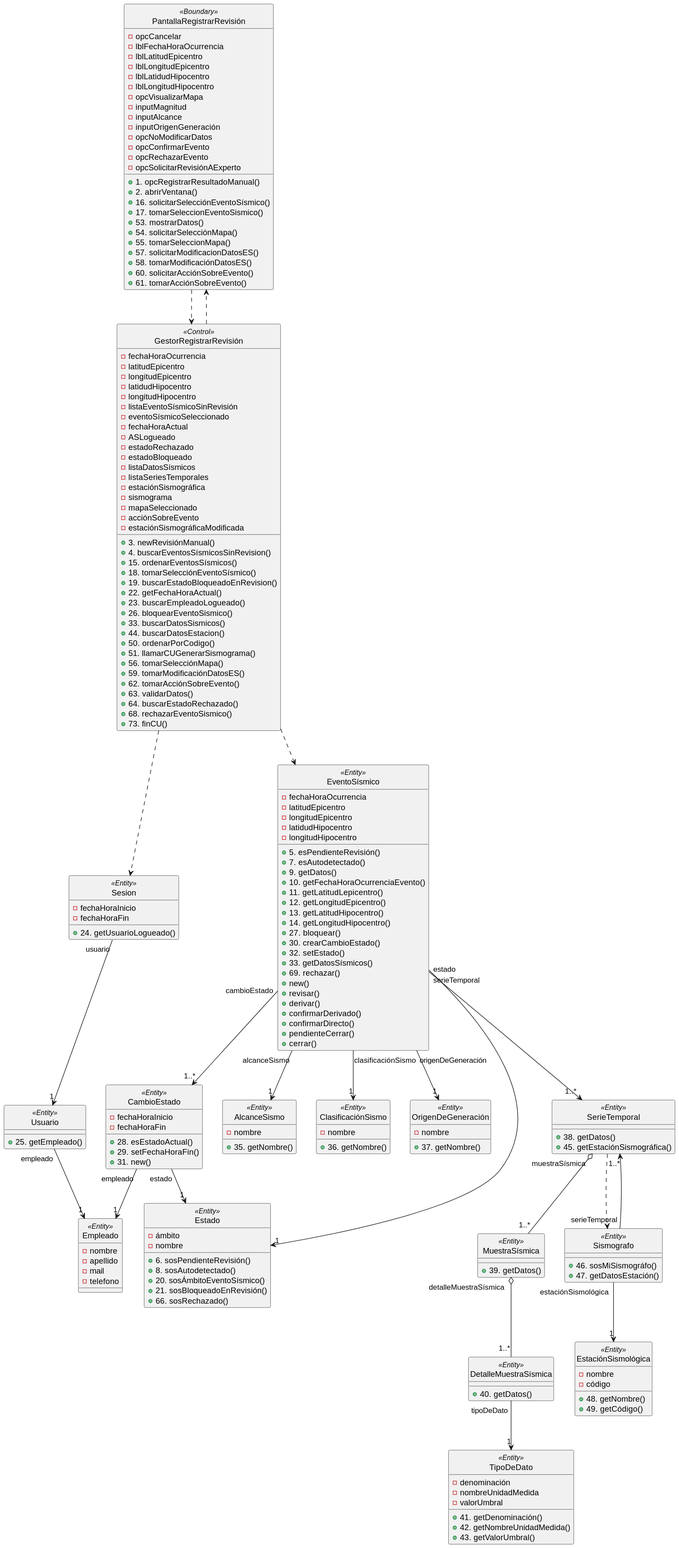
The PlantUML diagram diagramas/Diagramas/Parte_Estática_CU_23.svg in ciggyx/TPI-Grupo7, before a commit. Source of this version:
```plantuml
@startuml
hide <<Entity>> circle
hide <<Boundary>> circle
hide <<Control>> circle
class PantallaRegistrarRevisión<<Boundary>>{
    - opcCancelar
    - lblFechaHoraOcurrencia
    - lblLatitudEpicentro
    - lblLongitudEpicentro
    - lblLatidudHipocentro
    - lblLongitudHipocentro
    - opcVisualizarMapa
    - inputMagnitud
    - inputAlcance
    - inputOrigenGeneración
    - opcNoModificarDatos
    - opcConfirmarEvento
    - opcRechazarEvento
    - opcSolicitarRevisiónAExperto
    + 1. opcRegistrarResultadoManual()
    + 2. abrirVentana()
    + 16. solicitarSelecciónEventoSísmico()
    + 17. tomarSeleccionEventoSismico()
    + 53. mostrarDatos()
    + 54. solicitarSelecciónMapa()
    + 55. tomarSeleccionMapa()
    + 57. solicitarModificacionDatosES()
    + 58. tomarModificaciónDatosES()
    + 60. solicitarAcciónSobreEvento()
    + 61. tomarAcciónSobreEvento()
}

class GestorRegistrarRevisión<<Control>>{
    - fechaHoraOcurrencia
    - latitudEpicentro
    - longitudEpicentro
    - latidudHipocentro
    - longitudHipocentro
    - listaEventoSísmicoSinRevisión
    - eventoSísmicoSeleccionado
    - fechaHoraActual
    - ASLogueado
    - estadoRechazado
    - estadoBloqueado
    - listaDatosSísmicos
    - listaSeriesTemporales
    - estaciónSismográfica
    - sismograma
    - mapaSeleccionado
    - acciónSobreEvento
    - estaciónSismográficaModificada
    + 3. newRevisiónManual()
    + 4. buscarEventosSísmicosSinRevision()
    + 15. ordenarEventosSísmicos()
    + 18. tomarSelecciónEventoSísmico()
    + 19. buscarEstadoBloqueadoEnRevision()
    + 22. getFechaHoraActual()
    + 23. buscarEmpleadoLogueado()
    + 26. bloquearEventoSismico()
    + 33. buscarDatosSismicos()
    + 44. buscarDatosEstacion()
    + 50. ordenarPorCodigo()
    + 51. llamarCUGenerarSismograma()
    + 56. tomarSelecciónMapa()
    + 59. tomarModificaciónDatosES()
    + 62. tomarAcciónSobreEvento()
    + 63. validarDatos()
    + 64. buscarEstadoRechazado()
    + 68. rechazarEventoSismico()
    + 73. finCU()
}

class EventoSísmico<<Entity>>{
    - fechaHoraOcurrencia
    - latitudEpicentro
    - longitudEpicentro
    - latidudHipocentro
    - longitudHipocentro
    + 5. esPendienteRevisión()
    + 7. esAutodetectado()
    + 9. getDatos()
    + 10. getFechaHoraOcurrenciaEvento()
    + 11. getLatitudLepicentro()
    + 12. getLongitudEpicentro()
    + 13. getLatitudHipocentro()
    + 14. getLongitudHipocentro()
    + 27. bloquear()
    + 30. crearCambioEstado()
    + 32. setEstado()
    + 33. getDatosSísmicos()
    + 69. rechazar()
    + new()
    + revisar()
    + derivar()
    + confirmarDerivado()
    + confirmarDirecto()
    + pendienteCerrar()
    + cerrar()
}

class Estado<<Entity>>{
    - ámbito
    - nombre
    + 6. sosPendienteRevisión()
    + 8. sosAutodetectado()
    + 20. sosÁmbitoEventoSísmico()
    + 21. sosBloqueadoEnRevisión()
    + 66. sosRechazado()
}

class CambioEstado<<Entity>>{
    - fechaHoraInicio
    - fechaHoraFin
    + 28. esEstadoActual()
    + 29. setFechaHoraFin()
    + 31. new()
}

class AlcanceSismo<<Entity>>{
    - nombre
    + 35. getNombre()
}

class ClasificaciónSismo<<Entity>>{
    - nombre
    + 36. getNombre()
}

class OrigenDeGeneración<<Entity>>{
    - nombre
    + 37. getNombre()
}

class SerieTemporal<<Entity>>{
    + 38. getDatos()
    + 45. getEstaciónSismográfica()
}

class MuestraSísmica<<Entity>>{
    + 39. getDatos()
}

class DetalleMuestraSísmica<<Entity>>{
    + 40. getDatos()
}

class TipoDeDato<<Entity>>{
    - denominación
    - nombreUnidadMedida
    - valorUmbral
    + 41. getDenominación()
    + 42. getNombreUnidadMedida()
    + 43. getValorUmbral()
}

class Sesion<<Entity>>{
    - fechaHoraInicio
    - fechaHoraFin
    + 24. getUsuarioLogueado()
}

class Usuario<<Entity>>{
    + 25. getEmpleado()
}

class Empleado<<Entity>>{
    - nombre
    - apellido
    - mail
    - telefono
}

class Sismografo<<Entity>>{
    + 46. sosMiSismográfo()
    + 47. getDatosEstación()
}

class EstaciónSismológica<<Entity>>{
    - nombre
    - código
    + 48. getNombre()
    + 49. getCódigo()
}
Sesion "usuario" --> "1" Usuario
Usuario "empleado" --> "1" Empleado
PantallaRegistrarRevisión ..> GestorRegistrarRevisión
GestorRegistrarRevisión ..> Sesion
GestorRegistrarRevisión ..> PantallaRegistrarRevisión
GestorRegistrarRevisión ..> EventoSísmico
EventoSísmico "estado" --> "1" Estado
EventoSísmico "cambioEstado" --> "1..*" CambioEstado
EventoSísmico "alcanceSismo" --> "1" AlcanceSismo
EventoSísmico "clasificaciónSismo" --> "1" ClasificaciónSismo
EventoSísmico "origenDeGeneración" --> "1" OrigenDeGeneración
EventoSísmico "serieTemporal" --> "1..*" SerieTemporal
CambioEstado "empleado" --> "1" Empleado
CambioEstado "estado" --> "1" Estado
SerieTemporal "muestraSísmica" o-- "1..*" MuestraSísmica
SerieTemporal ..> Sismografo
Sismografo "serieTemporal" --> "1..*" SerieTemporal
Sismografo "estaciónSismológica" --> "1" EstaciónSismológica
MuestraSísmica "detalleMuestraSísmica" o-- "1..*" DetalleMuestraSísmica
DetalleMuestraSísmica "tipoDeDato" --> "1" TipoDeDato
@enduml
```
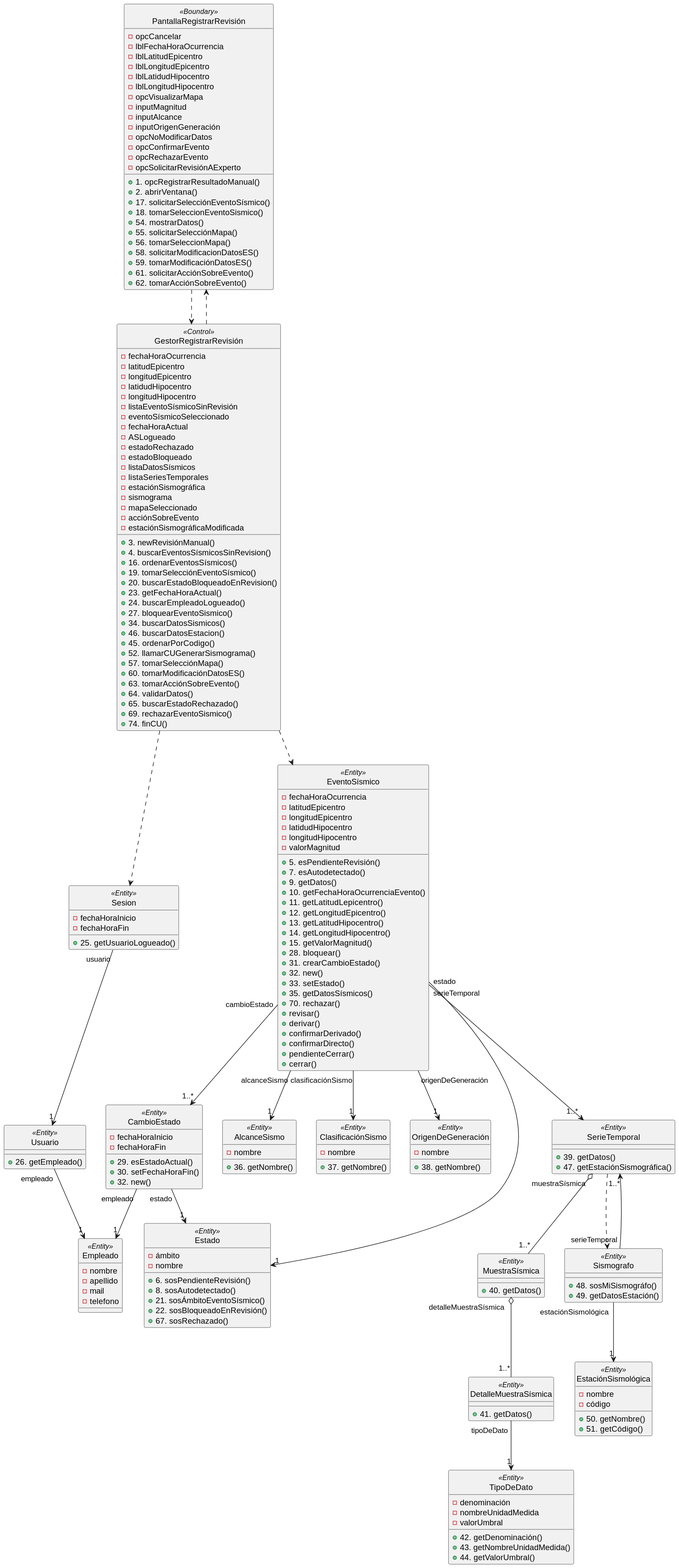
After the commit.

Commit message:
Correccion de los diagramas

Diff of the diagram source:
```diff
@@ -19,15 +19,15 @@
     - opcSolicitarRevisiónAExperto
     + 1. opcRegistrarResultadoManual()
     + 2. abrirVentana()
-    + 16. solicitarSelecciónEventoSísmico()
-    + 17. tomarSeleccionEventoSismico()
-    + 53. mostrarDatos()
-    + 54. solicitarSelecciónMapa()
-    + 55. tomarSeleccionMapa()
-    + 57. solicitarModificacionDatosES()
-    + 58. tomarModificaciónDatosES()
-    + 60. solicitarAcciónSobreEvento()
-    + 61. tomarAcciónSobreEvento()
+    + 17. solicitarSelecciónEventoSísmico()
+    + 18. tomarSeleccionEventoSismico()
+    + 54. mostrarDatos()
+    + 55. solicitarSelecciónMapa()
+    + 56. tomarSeleccionMapa()
+    + 58. solicitarModificacionDatosES()
+    + 59. tomarModificaciónDatosES()
+    + 61. solicitarAcciónSobreEvento()
+    + 62. tomarAcciónSobreEvento()
 }
 
 class GestorRegistrarRevisión<<Control>>{
@@ -51,23 +51,23 @@
     - estaciónSismográficaModificada
     + 3. newRevisiónManual()
     + 4. buscarEventosSísmicosSinRevision()
-    + 15. ordenarEventosSísmicos()
-    + 18. tomarSelecciónEventoSísmico()
-    + 19. buscarEstadoBloqueadoEnRevision()
-    + 22. getFechaHoraActual()
-    + 23. buscarEmpleadoLogueado()
-    + 26. bloquearEventoSismico()
-    + 33. buscarDatosSismicos()
-    + 44. buscarDatosEstacion()
-    + 50. ordenarPorCodigo()
-    + 51. llamarCUGenerarSismograma()
-    + 56. tomarSelecciónMapa()
-    + 59. tomarModificaciónDatosES()
-    + 62. tomarAcciónSobreEvento()
-    + 63. validarDatos()
-    + 64. buscarEstadoRechazado()
-    + 68. rechazarEventoSismico()
-    + 73. finCU()
+    + 16. ordenarEventosSísmicos()
+    + 19. tomarSelecciónEventoSísmico()
+    + 20. buscarEstadoBloqueadoEnRevision()
+    + 23. getFechaHoraActual()
+    + 24. buscarEmpleadoLogueado()
+    + 27. bloquearEventoSismico()
+    + 34. buscarDatosSismicos()
+    + 46. buscarDatosEstacion()
+    + 45. ordenarPorCodigo()
+    + 52. llamarCUGenerarSismograma()
+    + 57. tomarSelecciónMapa()
+    + 60. tomarModificaciónDatosES()
+    + 63. tomarAcciónSobreEvento()
+    + 64. validarDatos()
+    + 65. buscarEstadoRechazado()
+    + 69. rechazarEventoSismico()
+    + 74. finCU()
 }
 
 class EventoSísmico<<Entity>>{
@@ -76,6 +76,7 @@
     - longitudEpicentro
     - latidudHipocentro
     - longitudHipocentro
+    - valorMagnitud
     + 5. esPendienteRevisión()
     + 7. esAutodetectado()
     + 9. getDatos()
@@ -84,12 +85,13 @@
     + 12. getLongitudEpicentro()
     + 13. getLatitudHipocentro()
     + 14. getLongitudHipocentro()
-    + 27. bloquear()
-    + 30. crearCambioEstado()
-    + 32. setEstado()
-    + 33. getDatosSísmicos()
-    + 69. rechazar()
-    + new()
+    + 15. getValorMagnitud()
+    + 28. bloquear()
+    + 31. crearCambioEstado()
+    + 32. new()
+    + 33. setEstado()
+    + 35. getDatosSísmicos()
+    + 70. rechazar()
     + revisar()
     + derivar()
     + confirmarDerivado()
@@ -103,64 +105,64 @@
     - nombre
     + 6. sosPendienteRevisión()
     + 8. sosAutodetectado()
-    + 20. sosÁmbitoEventoSísmico()
-    + 21. sosBloqueadoEnRevisión()
-    + 66. sosRechazado()
+    + 21. sosÁmbitoEventoSísmico()
+    + 22. sosBloqueadoEnRevisión()
+    + 67. sosRechazado()
 }
 
 class CambioEstado<<Entity>>{
     - fechaHoraInicio
     - fechaHoraFin
-    + 28. esEstadoActual()
-    + 29. setFechaHoraFin()
-    + 31. new()
+    + 29. esEstadoActual()
+    + 30. setFechaHoraFin()
+    + 32. new()
 }
 
 class AlcanceSismo<<Entity>>{
     - nombre
-    + 35. getNombre()
+    + 36. getNombre()
 }
 
 class ClasificaciónSismo<<Entity>>{
     - nombre
-    + 36. getNombre()
+    + 37. getNombre()
 }
 
 class OrigenDeGeneración<<Entity>>{
     - nombre
-    + 37. getNombre()
+    + 38. getNombre()
 }
 
 class SerieTemporal<<Entity>>{
-    + 38. getDatos()
-    + 45. getEstaciónSismográfica()
+    + 39. getDatos()
+    + 47. getEstaciónSismográfica()
 }
 
 class MuestraSísmica<<Entity>>{
-    + 39. getDatos()
+    + 40. getDatos()
 }
 
 class DetalleMuestraSísmica<<Entity>>{
-    + 40. getDatos()
+    + 41. getDatos()
 }
 
 class TipoDeDato<<Entity>>{
     - denominación
     - nombreUnidadMedida
     - valorUmbral
-    + 41. getDenominación()
-    + 42. getNombreUnidadMedida()
-    + 43. getValorUmbral()
+    + 42. getDenominación()
+    + 43. getNombreUnidadMedida()
+    + 44. getValorUmbral()
 }
 
 class Sesion<<Entity>>{
     - fechaHoraInicio
     - fechaHoraFin
-    + 24. getUsuarioLogueado()
+    + 25. getUsuarioLogueado()
 }
 
 class Usuario<<Entity>>{
-    + 25. getEmpleado()
+    + 26. getEmpleado()
 }
 
 class Empleado<<Entity>>{
@@ -171,15 +173,15 @@
 }
 
 class Sismografo<<Entity>>{
-    + 46. sosMiSismográfo()
-    + 47. getDatosEstación()
+    + 48. sosMiSismográfo()
+    + 49. getDatosEstación()
 }
 
 class EstaciónSismológica<<Entity>>{
     - nombre
     - código
-    + 48. getNombre()
-    + 49. getCódigo()
+    + 50. getNombre()
+    + 51. getCódigo()
 }
 Sesion "usuario" --> "1" Usuario
 Usuario "empleado" --> "1" Empleado
```
